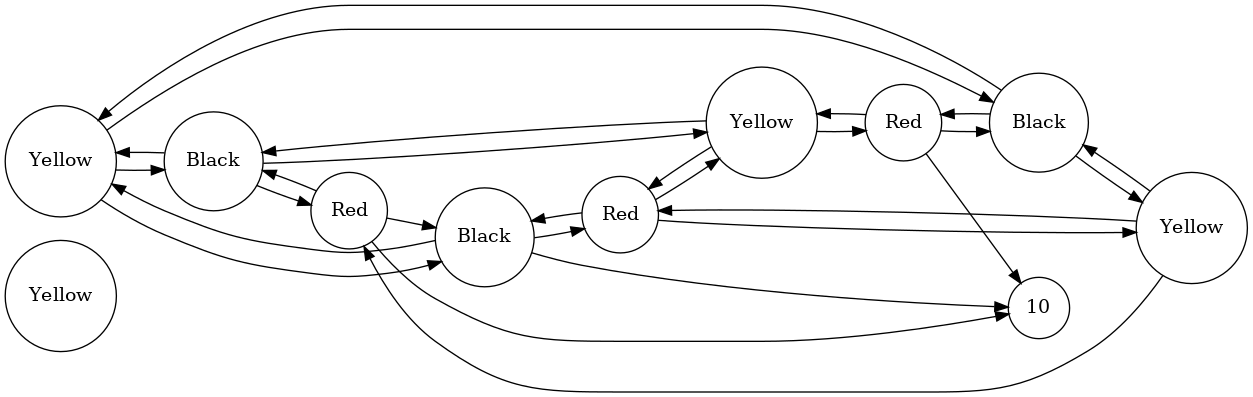
EnzoTheBrown/graphAlgorithms keeps this Graphviz diagram as peterson.png. Above is the earlier version. Its source is kept beside it as peterson.dot. Its diagram source:
```dot
digraph {
    graph [rankdir=LR
          ,bgcolor=transparent];
    node [shape=circle
         ,fillcolor=white
         ,style=filled];
    0 [label=Yellow];
    1 [label=Yellow];
    2 [label=Black];
    3 [label=Black];
    4 [label=Black];
    5 [label=Yellow];
    6 [label=Red];
    7 [label=Yellow];
    8 [label=Red];
    9 [label=Red];
    1 -> 2 [label=""];
    1 -> 3 [label=""];
    1 -> 4 [label=""];
    2 -> 1 [label=""];
    2 -> 7 [label=""];
    2 -> 8 [label=""];
    3 -> 1 [label=""];
    3 -> 5 [label=""];
    3 -> 9 [label=""];
    4 -> 1 [label=""];
    4 -> 6 [label=""];
    4 -> 10 [label=""];
    5 -> 3 [label=""];
    5 -> 6 [label=""];
    5 -> 8 [label=""];
    6 -> 4 [label=""];
    6 -> 5 [label=""];
    6 -> 7 [label=""];
    7 -> 2 [label=""];
    7 -> 6 [label=""];
    7 -> 9 [label=""];
    8 -> 2 [label=""];
    8 -> 4 [label=""];
    8 -> 10 [label=""];
    9 -> 3 [label=""];
    9 -> 7 [label=""];
    9 -> 10 [label=""];
}
```
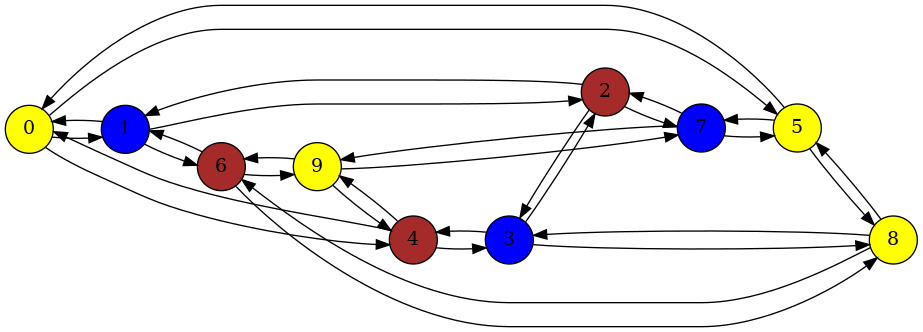
After the change.

The edit, as a diff of the source:
```diff
@@ -1,44 +1,49 @@
-digraph {
+digraph{
     graph [rankdir=LR
-          ,bgcolor=transparent];
+        ,bgcolor=transparent];
     node [shape=circle
          ,fillcolor=white
          ,style=filled];
-    0 [label=Yellow];
-    1 [label=Yellow];
-    2 [label=Black];
-    3 [label=Black];
-    4 [label=Black];
-    5 [label=Yellow];
-    6 [label=Red];
-    7 [label=Yellow];
-    8 [label=Red];
-    9 [label=Red];
-    1 -> 2 [label=""];
-    1 -> 3 [label=""];
-    1 -> 4 [label=""];
-    2 -> 1 [label=""];
-    2 -> 7 [label=""];
-    2 -> 8 [label=""];
-    3 -> 1 [label=""];
-    3 -> 5 [label=""];
-    3 -> 9 [label=""];
-    4 -> 1 [label=""];
-    4 -> 6 [label=""];
-    4 -> 10 [label=""];
-    5 -> 3 [label=""];
-    5 -> 6 [label=""];
-    5 -> 8 [label=""];
-    6 -> 4 [label=""];
-    6 -> 5 [label=""];
-    6 -> 7 [label=""];
-    7 -> 2 [label=""];
-    7 -> 6 [label=""];
-    7 -> 9 [label=""];
-    8 -> 2 [label=""];
-    8 -> 4 [label=""];
-    8 -> 10 [label=""];
-    9 -> 3 [label=""];
-    9 -> 7 [label=""];
-    9 -> 10 [label=""];
+    0[shape = circle, fillcolor=yellow,style=filled]
+    1[shape = circle, fillcolor=blue,style=filled]
+    2[shape = circle, fillcolor=brown,style=filled]
+    3[shape = circle, fillcolor=blue,style=filled]
+    4[shape = circle, fillcolor=brown,style=filled]
+    5[shape = circle, fillcolor=yellow,style=filled]
+    6[shape = circle, fillcolor=brown,style=filled]
+    7[shape = circle, fillcolor=blue,style=filled]
+    8[shape = circle, fillcolor=yellow,style=filled]
+    9[shape = circle, fillcolor=yellow,style=filled]
+
+    0 -> 5 ;
+    0 -> 4 ;
+    0 -> 1 ;
+    1 -> 6 ;
+    1 -> 2 ;
+    1 -> 0 ;
+    2 -> 7 ;
+    2 -> 3 ;
+    2 -> 1 ;
+    3 -> 8 ;
+    3 -> 4 ;
+    3 -> 2 ;
+    4 -> 9 ;
+    4 -> 0 ;
+    4 -> 3 ;
+    5 -> 8 ;
+    5 -> 7 ;
+    5 -> 0 ;
+    6 -> 9 ;
+    6 -> 8 ;
+    6 -> 1 ;
+    7 -> 9 ;
+    7 -> 5 ;
+    7 -> 2 ;
+    8 -> 6 ;
+    8 -> 5 ;
+    8 -> 3 ;
+    9 -> 7 ;
+    9 -> 6 ;
+    9 -> 4 ;
+
 }
```
